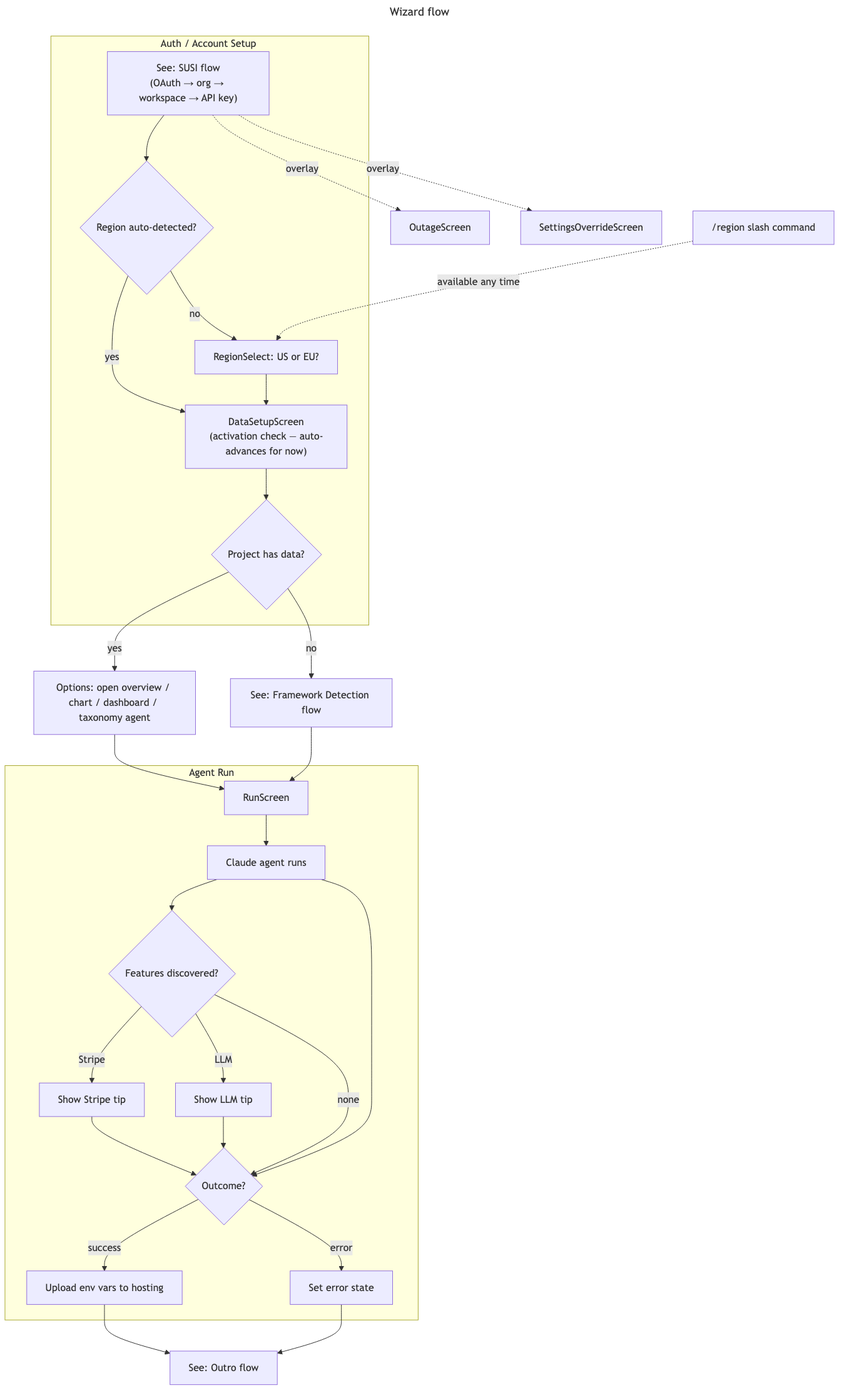
Before: docs/diagrams/wizard-flow.png, a diagram exported from Mermaid (amplitude/wizard). Its source is kept beside it as docs/diagrams/wizard-flow.mmd.
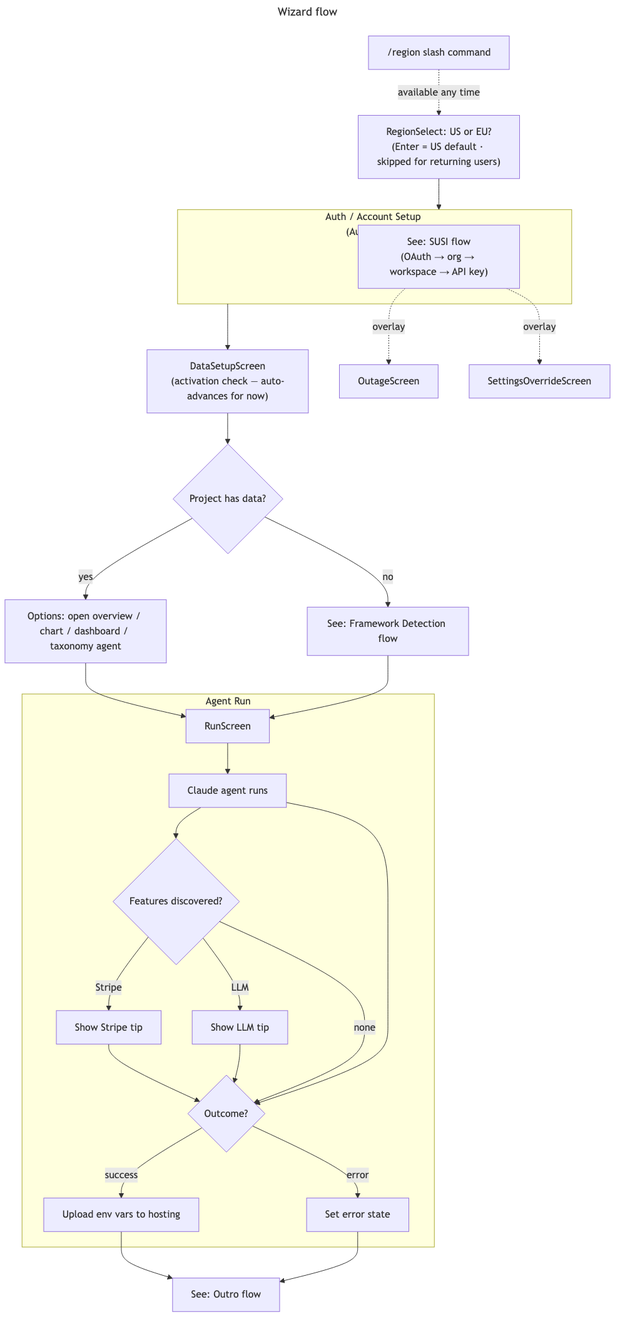
Later version of the same file.

Commit message:
Ask for region before OAuth so the correct auth endpoint is used

The edit, as a diff of the source:
```diff
@@ -2,14 +2,15 @@
 title: Wizard flow
 ---
 flowchart TD
+    REGION_SELECT["RegionSelect: US or EU?<br/>(Enter = US default · skipped for returning users)"]
+    REGION_SELECT --> AUTH
+
     subgraph AUTH ["Auth / Account Setup (AuthScreen)"]
         SUSI["See: SUSI flow<br/>(OAuth → org → workspace → API key)"]
-        SUSI --> REGION_CHECK{Region auto-detected?}
-        REGION_CHECK -->|yes| DATA_SETUP
-        REGION_CHECK -->|no| REGION_SELECT["RegionSelect: US or EU?"]
-        REGION_SELECT --> DATA_SETUP["DataSetupScreen<br/>(activation check — auto-advances for now)"]
-        DATA_SETUP --> DATA_CHECK{Project has data?}
     end
+
+    AUTH --> DATA_SETUP["DataSetupScreen<br/>(activation check — auto-advances for now)"]
+    DATA_SETUP --> DATA_CHECK{Project has data?}
 
     DATA_CHECK -->|no| FRAMEWORK["See: Framework Detection flow"]
     DATA_CHECK -->|yes| OPTIONS["Options: open overview / chart / dashboard / taxonomy agent"]
```
